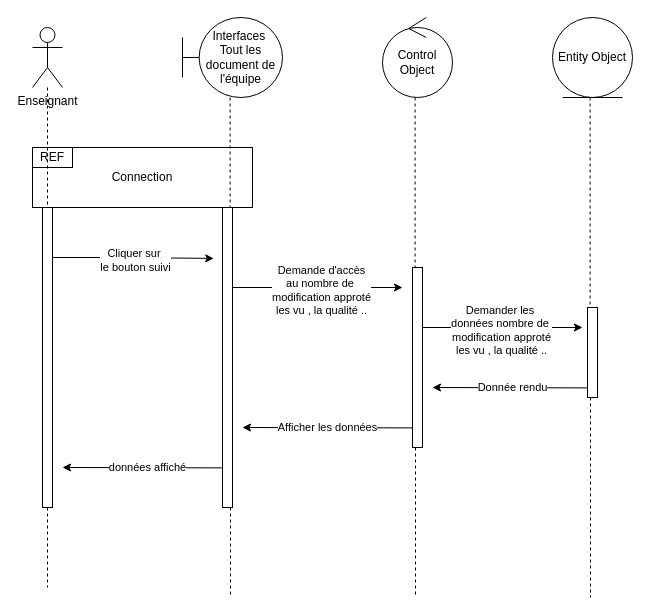
This is SuiviDesEquipes.drawio from stormsidali2001/PFE_third_year_school_project_front, a draw.io file, before an edit. Source tidied: cells renumbered, new cells numbered last; positions are measured from the earlier drawing's top-left corner, leaving out a move shared by most shapes. Both pictures are drawn from the tidied source at 100%, with x=0, y=0 at pixel (32, 17).
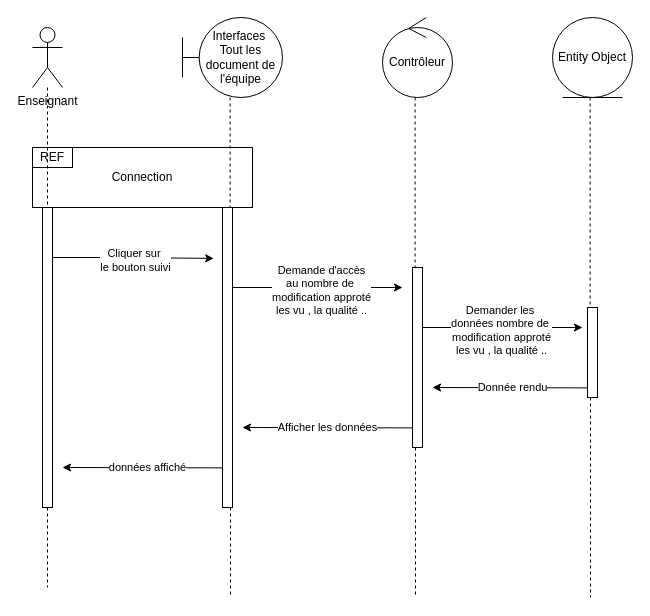
The same diagram, later.

The edit, as a diff of the source:
```diff
@@
-    <mxCell id="4" value="Control Object" style="ellipse;shape=umlControl;whiteSpace=wrap;html=1;" parent="1" vertex="1">
+    <mxCell id="4" value="Contrôleur" style="ellipse;shape=umlControl;whiteSpace=wrap;html=1;" parent="1" vertex="1">
       <mxGeometry x="350" width="70" height="80" as="geometry" />
     </mxCell>
```
